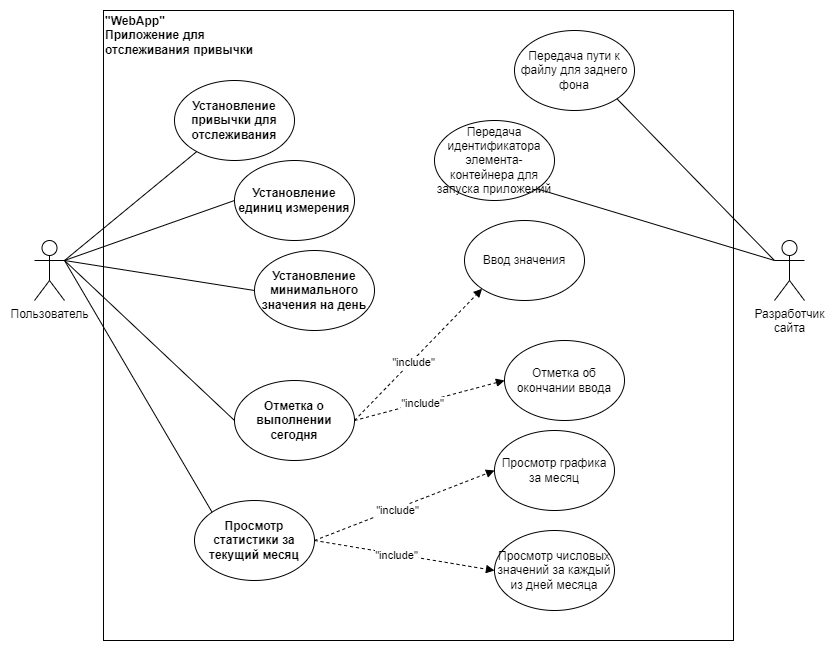
Earlier version of the draw.io export ДюгайАндрей.png (andrey-2-4/zebra-is-a-cautious-guacamole). Source tidied: cells renumbered, new cells last; positions are measured from the earlier drawing's top-left corner, leaving out a move shared by most shapes. The source it was exported from:
```xml
<mxGraphModel>
  <root>
    <mxCell id="0" />
    <mxCell id="1" parent="0" />
    <mxCell id="2" value="Пользователь" style="shape=umlActor;verticalLabelPosition=bottom;verticalAlign=top;html=1;outlineConnect=0;" parent="1" vertex="1">
      <mxGeometry y="230" width="30" height="60" as="geometry" />
    </mxCell>
    <mxCell id="3" value="Разработчик &lt;br&gt;сайта" style="shape=umlActor;verticalLabelPosition=bottom;verticalAlign=top;html=1;outlineConnect=0;" parent="1" vertex="1">
      <mxGeometry x="740" y="230" width="30" height="60" as="geometry" />
    </mxCell>
    <mxCell id="4" style="whiteSpace=wrap;html=1;fillColor=none;" parent="1" vertex="1">
      <mxGeometry x="69" width="630" height="630" as="geometry" />
    </mxCell>
    <mxCell id="5" value="&lt;b&gt;&quot;WebApp&quot;&lt;br&gt;&lt;/b&gt;&lt;div style=&quot;&quot;&gt;&lt;span style=&quot;background-color: initial;&quot;&gt;&lt;b&gt;Приложение для отслеживания привычки&lt;/b&gt;&lt;/span&gt;&lt;/div&gt;" style="text;html=1;strokeColor=none;fillColor=none;align=left;verticalAlign=middle;whiteSpace=wrap;rounded=0;" parent="1" vertex="1">
      <mxGeometry x="69" width="181" height="50" as="geometry" />
    </mxCell>
    <mxCell id="6" style="endArrow=none;html=1;rounded=0;exitX=1;exitY=0.3333333333333333;exitDx=0;exitDy=0;exitPerimeter=0;" parent="1" edge="1" source="2" target="7">
      <mxGeometry relative="1" as="geometry" />
    </mxCell>
    <mxCell id="7" value="&lt;b&gt;Установление привычки для отслеживания&lt;/b&gt;" style="ellipse;whiteSpace=wrap;html=1;" parent="1" vertex="1">
      <mxGeometry x="140" y="70" width="120" height="80" as="geometry" />
    </mxCell>
    <mxCell id="8" value="&lt;b&gt;Установление минимального значения на день&lt;/b&gt;" style="ellipse;whiteSpace=wrap;html=1;" parent="1" vertex="1">
      <mxGeometry x="220" y="240" width="120" height="80" as="geometry" />
    </mxCell>
    <mxCell id="9" style="endArrow=none;html=1;rounded=0;exitX=1;exitY=0.3333333333333333;exitDx=0;exitDy=0;exitPerimeter=0;entryX=0;entryY=0.5;entryDx=0;entryDy=0;" parent="1" edge="1" source="2" target="8">
      <mxGeometry relative="1" as="geometry" />
    </mxCell>
    <mxCell id="10" value="&lt;b&gt;Установление единиц измерения&lt;/b&gt;" style="ellipse;whiteSpace=wrap;html=1;" parent="1" vertex="1">
      <mxGeometry x="200" y="150" width="120" height="80" as="geometry" />
    </mxCell>
    <mxCell id="11" style="endArrow=none;html=1;rounded=0;exitX=1;exitY=0.3333333333333333;exitDx=0;exitDy=0;exitPerimeter=0;entryX=0;entryY=0.5;entryDx=0;entryDy=0;" parent="1" edge="1" source="2" target="10">
      <mxGeometry relative="1" as="geometry" />
    </mxCell>
    <mxCell id="12" value="&lt;b&gt;Отметка о выполнении&lt;br&gt;сегодня&lt;br&gt;&lt;/b&gt;" style="ellipse;whiteSpace=wrap;html=1;" parent="1" vertex="1">
      <mxGeometry x="200" y="370" width="120" height="80" as="geometry" />
    </mxCell>
    <mxCell id="13" value="&lt;b&gt;Просмотр статистики за текущий месяц&lt;/b&gt;" style="ellipse;whiteSpace=wrap;html=1;" parent="1" vertex="1">
      <mxGeometry x="160" y="490" width="120" height="80" as="geometry" />
    </mxCell>
    <mxCell id="14" style="endArrow=none;html=1;rounded=0;entryX=1;entryY=0.3333333333333333;entryDx=0;entryDy=0;entryPerimeter=0;exitX=0;exitY=0.5;exitDx=0;exitDy=0;" parent="1" edge="1" source="12" target="2">
      <mxGeometry relative="1" as="geometry" />
    </mxCell>
    <mxCell id="15" style="endArrow=none;html=1;rounded=0;entryX=0;entryY=0;entryDx=0;entryDy=0;" parent="1" edge="1" target="13">
      <mxGeometry relative="1" as="geometry">
        <mxPoint x="30" y="250" as="sourcePoint" />
      </mxGeometry>
    </mxCell>
    <mxCell id="16" value="Ввод значения" style="ellipse;whiteSpace=wrap;html=1;" parent="1" vertex="1">
      <mxGeometry x="430" y="210" width="120" height="80" as="geometry" />
    </mxCell>
    <mxCell id="17" style="endArrow=block;dashed=1;html=1;rounded=0;exitX=1;exitY=0.5;exitDx=0;exitDy=0;endFill=1;entryX=0;entryY=1;entryDx=0;entryDy=0;" parent="1" edge="1" source="12" target="16">
      <mxGeometry relative="1" as="geometry" />
    </mxCell>
    <mxCell id="18" value="&quot;include&quot;" style="edgeLabel;html=1;align=center;verticalAlign=middle;" parent="17" vertex="1">
      <mxGeometry x="-0.09" y="-1" relative="1" as="geometry" />
    </mxCell>
    <mxCell id="19" value="Отметка об окончании ввода" style="ellipse;whiteSpace=wrap;html=1;" parent="1" vertex="1">
      <mxGeometry x="470" y="330" width="120" height="80" as="geometry" />
    </mxCell>
    <mxCell id="20" style="endArrow=block;dashed=1;html=1;rounded=0;exitX=1;exitY=0.5;exitDx=0;exitDy=0;entryX=0;entryY=0.5;entryDx=0;entryDy=0;endFill=1;" parent="1" edge="1" source="12" target="19">
      <mxGeometry relative="1" as="geometry" />
    </mxCell>
    <mxCell id="21" value="&quot;include&quot;" style="edgeLabel;html=1;align=center;verticalAlign=middle;" parent="20" vertex="1">
      <mxGeometry x="-0.09" y="-1" relative="1" as="geometry" />
    </mxCell>
    <mxCell id="22" value="Просмотр графика за месяц" style="ellipse;whiteSpace=wrap;html=1;" parent="1" vertex="1">
      <mxGeometry x="460" y="420" width="120" height="80" as="geometry" />
    </mxCell>
    <mxCell id="23" style="endArrow=block;dashed=1;html=1;rounded=0;exitX=1;exitY=0.5;exitDx=0;exitDy=0;entryX=0;entryY=0.5;entryDx=0;entryDy=0;endFill=1;" parent="1" edge="1" source="13" target="22">
      <mxGeometry relative="1" as="geometry" />
    </mxCell>
    <mxCell id="24" value="&quot;include&quot;" style="edgeLabel;html=1;align=center;verticalAlign=middle;" parent="23" vertex="1">
      <mxGeometry x="-0.09" y="-1" relative="1" as="geometry" />
    </mxCell>
    <mxCell id="25" value="Просмотр числовых значений за каждый из дней месяца" style="ellipse;whiteSpace=wrap;html=1;" parent="1" vertex="1">
      <mxGeometry x="460" y="520" width="120" height="80" as="geometry" />
    </mxCell>
    <mxCell id="26" style="endArrow=block;dashed=1;html=1;rounded=0;exitX=1;exitY=0.5;exitDx=0;exitDy=0;entryX=0;entryY=0.5;entryDx=0;entryDy=0;endFill=1;" parent="1" edge="1" source="13" target="25">
      <mxGeometry relative="1" as="geometry" />
    </mxCell>
    <mxCell id="27" value="&quot;include&quot;" style="edgeLabel;html=1;align=center;verticalAlign=middle;" parent="26" vertex="1">
      <mxGeometry x="-0.09" y="-1" relative="1" as="geometry" />
    </mxCell>
    <mxCell id="28" value="Передача пути к файлу для заднего фона" style="ellipse;whiteSpace=wrap;html=1;" parent="1" vertex="1">
      <mxGeometry x="480" y="20" width="120" height="80" as="geometry" />
    </mxCell>
    <mxCell id="29" value="Передача идентификатора элемента-контейнера для запуска приложений" style="ellipse;whiteSpace=wrap;html=1;" parent="1" vertex="1">
      <mxGeometry x="400" y="110" width="120" height="80" as="geometry" />
    </mxCell>
    <mxCell id="30" style="endArrow=none;html=1;rounded=0;entryX=0;entryY=0.3333333333333333;entryDx=0;entryDy=0;entryPerimeter=0;exitX=1;exitY=1;exitDx=0;exitDy=0;" parent="1" edge="1" source="28" target="3">
      <mxGeometry relative="1" as="geometry" />
    </mxCell>
    <mxCell id="31" style="endArrow=none;html=1;rounded=0;exitX=0;exitY=0.3333333333333333;exitDx=0;exitDy=0;exitPerimeter=0;entryX=1;entryY=1;entryDx=0;entryDy=0;" parent="1" edge="1" source="3" target="29">
      <mxGeometry relative="1" as="geometry" />
    </mxCell>
  </root>
</mxGraphModel>
```
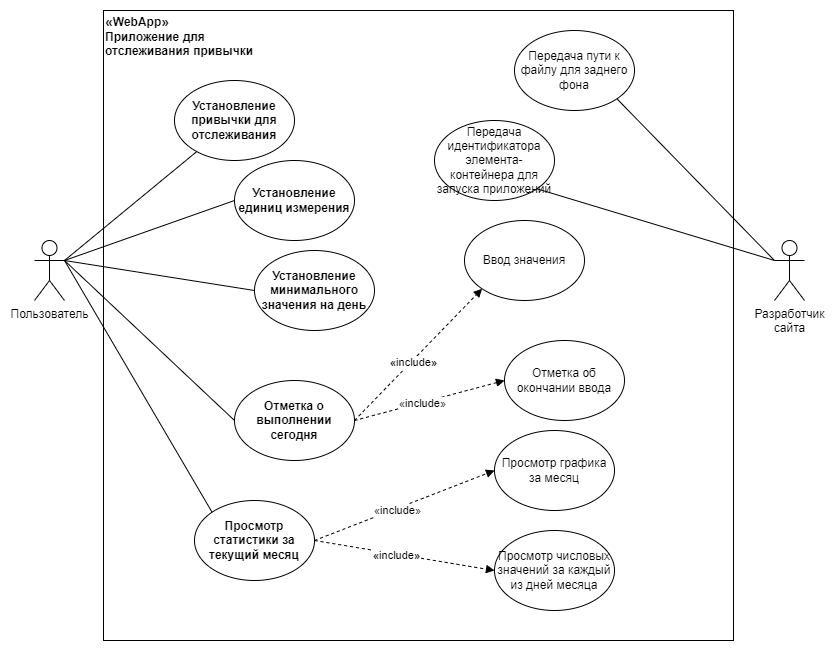
After the commit.

What changed in the source:
```diff
@@ -11,7 +11,7 @@
     <mxCell id="4" style="whiteSpace=wrap;html=1;fillColor=none;" parent="1" vertex="1">
       <mxGeometry x="69" width="630" height="630" as="geometry" />
     </mxCell>
-    <mxCell id="5" value="&lt;b&gt;&quot;WebApp&quot;&lt;br&gt;&lt;/b&gt;&lt;div style=&quot;&quot;&gt;&lt;span style=&quot;background-color: initial;&quot;&gt;&lt;b&gt;Приложение для отслеживания привычки&lt;/b&gt;&lt;/span&gt;&lt;/div&gt;" style="text;html=1;strokeColor=none;fillColor=none;align=left;verticalAlign=middle;whiteSpace=wrap;rounded=0;" parent="1" vertex="1">
+    <mxCell id="5" value="&lt;b style=&quot;color: rgb(32, 33, 36); font-family: &amp;quot;Google Sans&amp;quot;, arial, sans-serif; font-size: 14px; background-color: rgb(255, 255, 255);&quot;&gt;«&lt;/b&gt;&lt;b&gt;WebApp&lt;/b&gt;&lt;b style=&quot;color: rgb(32, 33, 36); font-family: &amp;quot;Google Sans&amp;quot;, arial, sans-serif; font-size: 14px; background-color: rgb(255, 255, 255);&quot;&gt;»&lt;/b&gt;&lt;b&gt;&lt;br&gt;&lt;/b&gt;&lt;div style=&quot;&quot;&gt;&lt;span style=&quot;background-color: initial;&quot;&gt;&lt;b&gt;Приложение для отслеживания привычки&lt;/b&gt;&lt;/span&gt;&lt;/div&gt;" style="text;html=1;strokeColor=none;fillColor=none;align=left;verticalAlign=middle;whiteSpace=wrap;rounded=0;" parent="1" vertex="1">
       <mxGeometry x="69" width="181" height="50" as="geometry" />
     </mxCell>
     <mxCell id="6" style="endArrow=none;html=1;rounded=0;exitX=1;exitY=0.3333333333333333;exitDx=0;exitDy=0;exitPerimeter=0;" parent="1" edge="1" source="2" target="7">
@@ -52,7 +52,7 @@
     <mxCell id="17" style="endArrow=block;dashed=1;html=1;rounded=0;exitX=1;exitY=0.5;exitDx=0;exitDy=0;endFill=1;entryX=0;entryY=1;entryDx=0;entryDy=0;" parent="1" edge="1" source="12" target="16">
       <mxGeometry relative="1" as="geometry" />
     </mxCell>
-    <mxCell id="18" value="&quot;include&quot;" style="edgeLabel;html=1;align=center;verticalAlign=middle;" parent="17" vertex="1">
+    <mxCell id="18" value="&lt;font style=&quot;font-size: 11px;&quot;&gt;&lt;b style=&quot;color: rgb(32, 33, 36); font-family: &amp;quot;Google Sans&amp;quot;, arial, sans-serif; text-align: left;&quot;&gt;«&lt;/b&gt;include&lt;b style=&quot;border-color: var(--border-color); text-align: left; color: rgb(32, 33, 36); font-family: &amp;quot;Google Sans&amp;quot;, arial, sans-serif;&quot;&gt;»&lt;/b&gt;&lt;/font&gt;" style="edgeLabel;html=1;align=center;verticalAlign=middle;" parent="17" vertex="1">
       <mxGeometry x="-0.09" y="-1" relative="1" as="geometry" />
     </mxCell>
     <mxCell id="19" value="Отметка об окончании ввода" style="ellipse;whiteSpace=wrap;html=1;" parent="1" vertex="1">
@@ -61,7 +61,7 @@
     <mxCell id="20" style="endArrow=block;dashed=1;html=1;rounded=0;exitX=1;exitY=0.5;exitDx=0;exitDy=0;entryX=0;entryY=0.5;entryDx=0;entryDy=0;endFill=1;" parent="1" edge="1" source="12" target="19">
       <mxGeometry relative="1" as="geometry" />
     </mxCell>
-    <mxCell id="21" value="&quot;include&quot;" style="edgeLabel;html=1;align=center;verticalAlign=middle;" parent="20" vertex="1">
+    <mxCell id="21" value="&lt;font style=&quot;font-size: 11px;&quot;&gt;&lt;span style=&quot;color: rgb(32, 33, 36); font-family: &amp;quot;Google Sans&amp;quot;, arial, sans-serif; text-align: left;&quot;&gt;«&lt;/span&gt;include&lt;span style=&quot;border-color: var(--border-color); text-align: left; color: rgb(32, 33, 36); font-family: &amp;quot;Google Sans&amp;quot;, arial, sans-serif;&quot;&gt;»&lt;/span&gt;&lt;/font&gt;" style="edgeLabel;html=1;align=center;verticalAlign=middle;" parent="20" vertex="1">
       <mxGeometry x="-0.09" y="-1" relative="1" as="geometry" />
     </mxCell>
     <mxCell id="22" value="Просмотр графика за месяц" style="ellipse;whiteSpace=wrap;html=1;" parent="1" vertex="1">
@@ -70,7 +70,7 @@
     <mxCell id="23" style="endArrow=block;dashed=1;html=1;rounded=0;exitX=1;exitY=0.5;exitDx=0;exitDy=0;entryX=0;entryY=0.5;entryDx=0;entryDy=0;endFill=1;" parent="1" edge="1" source="13" target="22">
       <mxGeometry relative="1" as="geometry" />
     </mxCell>
-    <mxCell id="24" value="&quot;include&quot;" style="edgeLabel;html=1;align=center;verticalAlign=middle;" parent="23" vertex="1">
+    <mxCell id="24" value="&lt;font style=&quot;font-size: 11px;&quot;&gt;&lt;span style=&quot;color: rgb(32, 33, 36); font-family: &amp;quot;Google Sans&amp;quot;, arial, sans-serif; text-align: left;&quot;&gt;«&lt;/span&gt;include&lt;span style=&quot;border-color: var(--border-color); text-align: left; color: rgb(32, 33, 36); font-family: &amp;quot;Google Sans&amp;quot;, arial, sans-serif;&quot;&gt;»&lt;/span&gt;&lt;/font&gt;" style="edgeLabel;html=1;align=center;verticalAlign=middle;" parent="23" vertex="1">
       <mxGeometry x="-0.09" y="-1" relative="1" as="geometry" />
     </mxCell>
     <mxCell id="25" value="Просмотр числовых значений за каждый из дней месяца" style="ellipse;whiteSpace=wrap;html=1;" parent="1" vertex="1">
@@ -79,7 +79,7 @@
     <mxCell id="26" style="endArrow=block;dashed=1;html=1;rounded=0;exitX=1;exitY=0.5;exitDx=0;exitDy=0;entryX=0;entryY=0.5;entryDx=0;entryDy=0;endFill=1;" parent="1" edge="1" source="13" target="25">
       <mxGeometry relative="1" as="geometry" />
     </mxCell>
-    <mxCell id="27" value="&quot;include&quot;" style="edgeLabel;html=1;align=center;verticalAlign=middle;" parent="26" vertex="1">
+    <mxCell id="27" value="&lt;font style=&quot;font-size: 11px;&quot;&gt;&lt;b style=&quot;color: rgb(32, 33, 36); font-family: &amp;quot;Google Sans&amp;quot;, arial, sans-serif; text-align: left;&quot;&gt;«&lt;/b&gt;include&lt;b style=&quot;border-color: var(--border-color); text-align: left; color: rgb(32, 33, 36); font-family: &amp;quot;Google Sans&amp;quot;, arial, sans-serif;&quot;&gt;»&lt;/b&gt;&lt;/font&gt;" style="edgeLabel;html=1;align=center;verticalAlign=middle;" parent="26" vertex="1">
       <mxGeometry x="-0.09" y="-1" relative="1" as="geometry" />
     </mxCell>
     <mxCell id="28" value="Передача пути к файлу для заднего фона" style="ellipse;whiteSpace=wrap;html=1;" parent="1" vertex="1">
```
